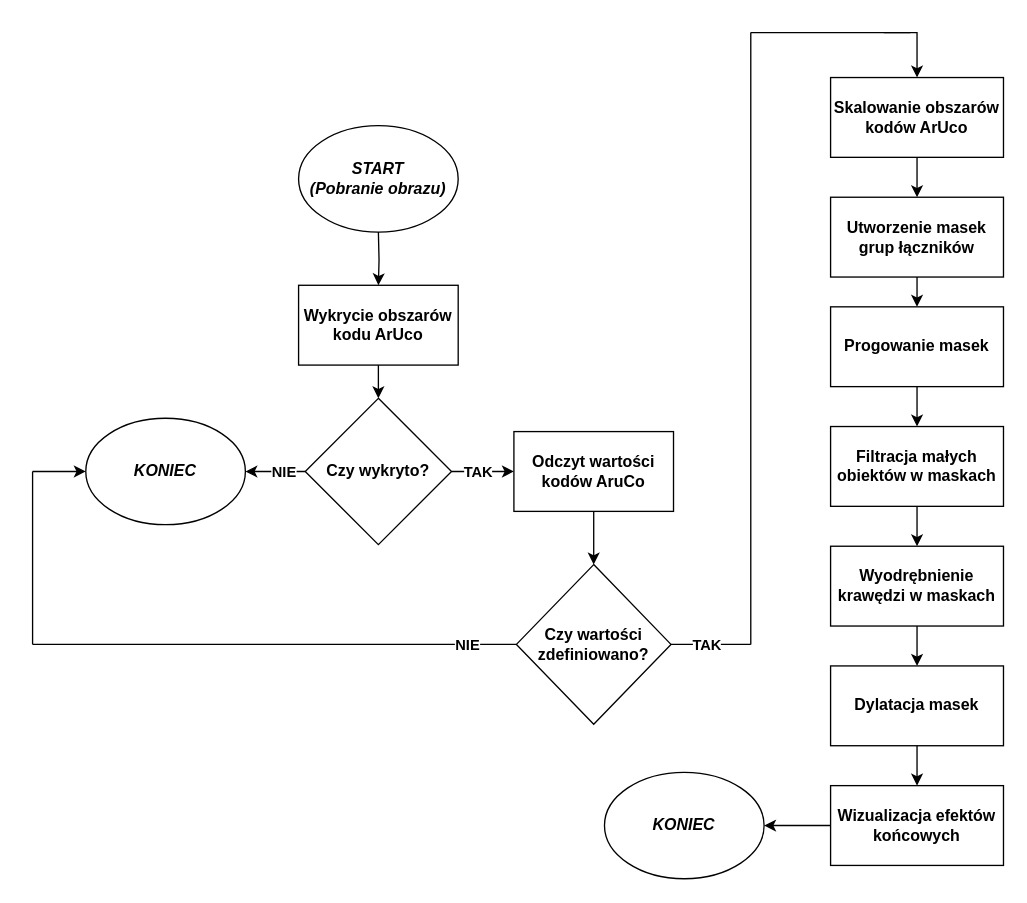
The draw.io diagram psio.drawio in KacperJarosik/drow.io-scheme, before the edit. Source tidied: cells renumbered, new cells numbered last; positions are measured from the earlier drawing's top-left corner, leaving out a move shared by most shapes. Both pictures are drawn from the tidied source at 133%, with x=0, y=0 at pixel (32, 32).
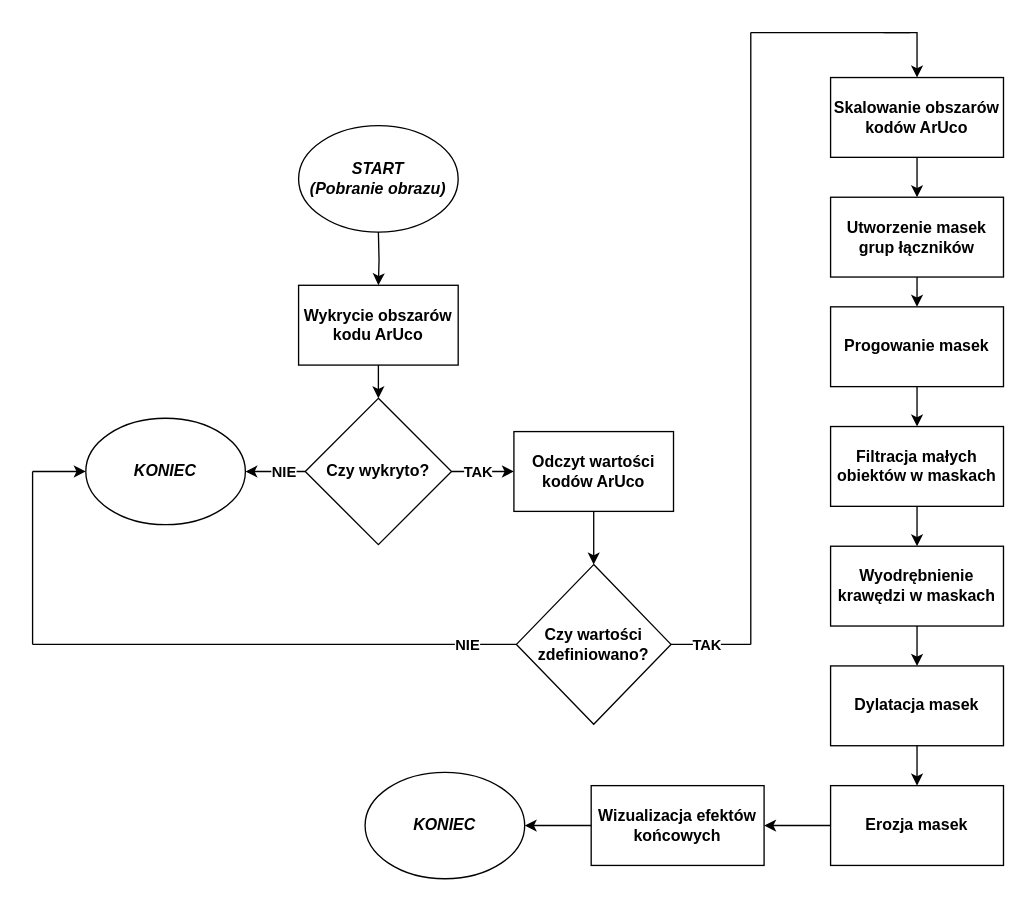
After the change.

Change to the diagram source:
```diff
@@
-    <mxCell id="10" value="&lt;b&gt;Odczyt wartości kodów AruCo&lt;/b&gt;" style="whiteSpace=wrap;html=1;rounded=0;" parent="1" vertex="1">
+    <mxCell id="10" value="&lt;b&gt;Odczyt wartości kodów ArUco&lt;/b&gt;" style="whiteSpace=wrap;html=1;rounded=0;" parent="1" vertex="1">
       <mxGeometry x="361.9" y="300" width="120" height="60" as="geometry" />
     </mxCell>
@@
-    <mxCell id="31" value="&lt;b&gt;Wizualizacja efektów końcowych&lt;/b&gt;" style="whiteSpace=wrap;html=1;rounded=0;" parent="1" vertex="1">
+    <mxCell id="31" value="&lt;b&gt;Erozja masek&lt;/b&gt;" style="whiteSpace=wrap;html=1;rounded=0;" parent="1" vertex="1">
       <mxGeometry x="600" y="566.2" width="130" height="60" as="geometry" />
     </mxCell>
@@
-    <mxCell id="36" value="&lt;b&gt;&lt;i&gt;KONIEC&lt;/i&gt;&lt;/b&gt;" style="ellipse;whiteSpace=wrap;html=1;" parent="1" vertex="1">
-      <mxGeometry x="430" y="556.2" width="120" height="80" as="geometry" />
-    </mxCell>
-    <mxCell id="37" style="endArrow=classic;html=1;rounded=0;" parent="1" edge="1" source="31" target="36">
-      <mxGeometry relative="1" as="geometry" />
+    <mxCell id="37" style="endArrow=classic;html=1;rounded=0;" parent="1" edge="1" source="31">
+      <mxGeometry relative="1" as="geometry">
+        <mxPoint x="550" y="596.2" as="targetPoint" />
+      </mxGeometry>
     </mxCell>
@@
+    <mxCell id="39" value="&lt;b&gt;Wizualizacja efektów końcowych&lt;/b&gt;" style="whiteSpace=wrap;html=1;rounded=0;" parent="1" vertex="1">
+      <mxGeometry x="420" y="566.2" width="130" height="60" as="geometry" />
+    </mxCell>
+    <mxCell id="36" value="&lt;b&gt;&lt;i&gt;KONIEC&lt;/i&gt;&lt;/b&gt;" style="ellipse;whiteSpace=wrap;html=1;" parent="1" vertex="1">
+      <mxGeometry x="250" y="556.2" width="120" height="80" as="geometry" />
+    </mxCell>
+    <mxCell id="40" style="endArrow=classic;html=1;rounded=0;" parent="1" edge="1" source="39" target="36">
+      <mxGeometry relative="1" as="geometry" />
+    </mxCell>
```
